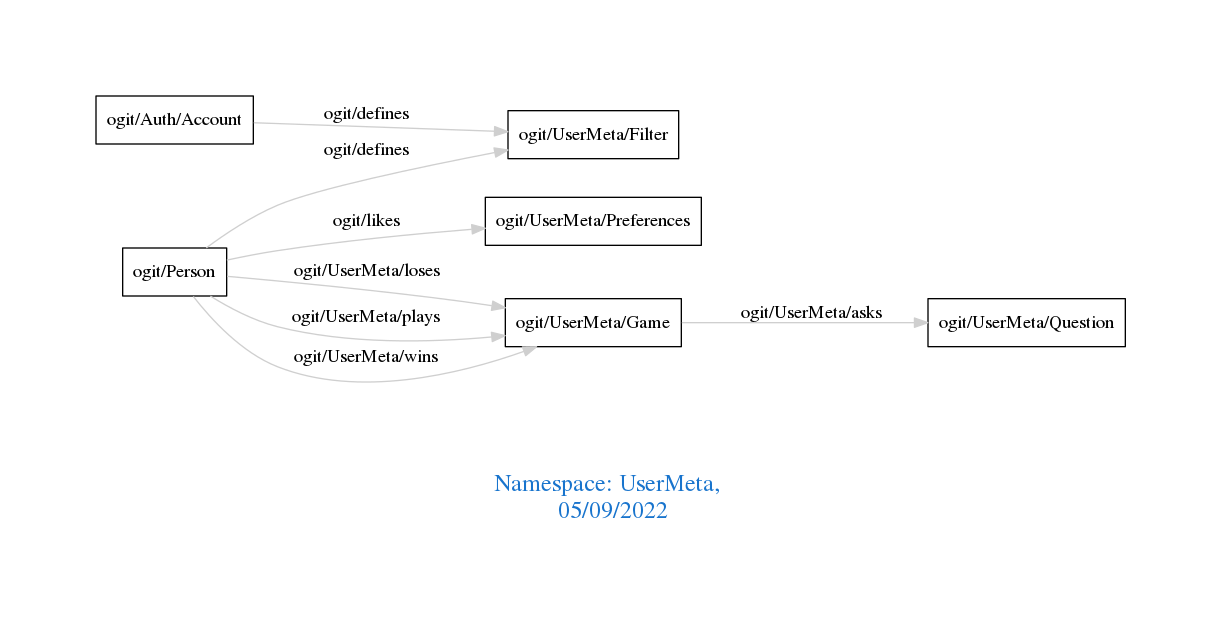
Before: downloads/UserMeta.png, a diagram exported from Graphviz (arago/OGIT). Its source is kept beside it as downloads/UserMeta.dot.
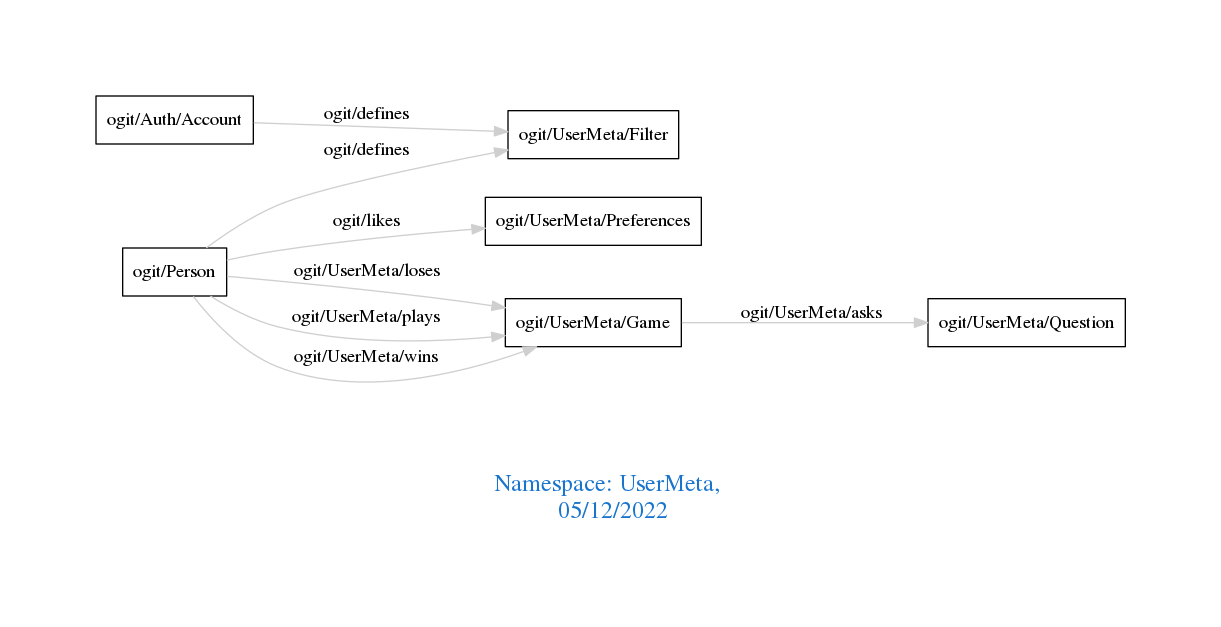
After the change.

What changed in the source:
```diff
@@ -1,7 +1,7 @@
 digraph OGIT_ontology {
  graph [ rankdir= LR,pad=1
 fontsize = 18,
-fontcolor= dodgerblue3,label = "\n\n\nNamespace: UserMeta, \n 05/09/2022"];
+fontcolor= dodgerblue3,label = "\n\n\nNamespace: UserMeta, \n 05/12/2022"];
 node[shape=polygon];
 edge [  color="gray81"];
 
```
